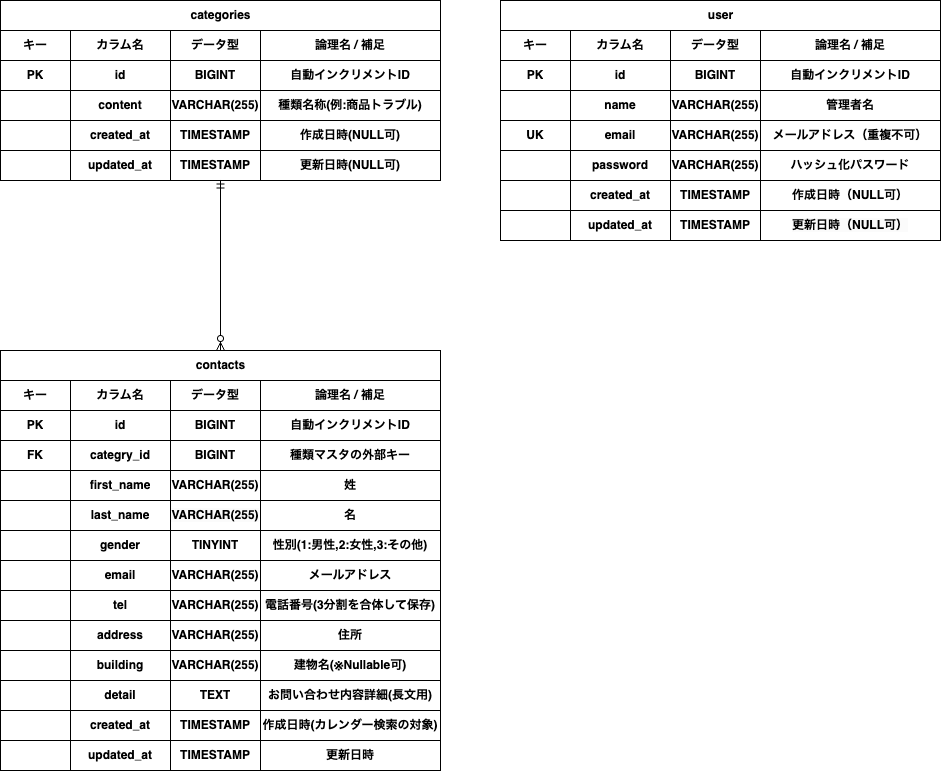
Before: inquiry.drawio.png, a diagram exported from draw.io (yosiyosi-n/-). Source tidied: cells renumbered, new cells last; positions are measured from the earlier drawing's top-left corner, leaving out a move shared by most shapes.
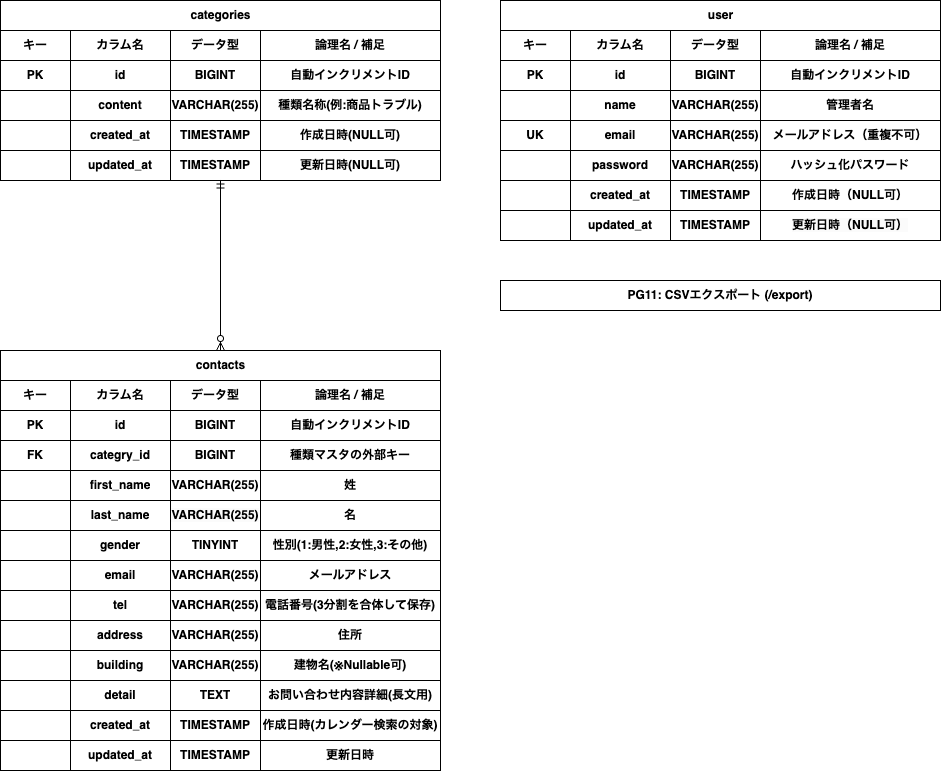
The same file after the commit.

Commit message:
CSVエクスポート対応に伴うREADMEへのER図埋め込みおよびアップデート完了

The edit, as a diff of the source:
```diff
@@ -389,5 +389,8 @@
     <mxCell id="130" style="fontSize=12;html=1;endArrow=ERzeroToMany;startArrow=ERmandOne;exitX=0.5;exitY=0.983;exitDx=0;exitDy=0;exitPerimeter=0;entryX=0.5;entryY=0;entryDx=0;entryDy=0;" parent="1" edge="1" source="59" target="64">
       <mxGeometry relative="1" as="geometry" />
     </mxCell>
+    <mxCell id="131" value="&lt;div&gt;&lt;font color=&quot;#000000&quot;&gt;&lt;b&gt;PG11: CSVエクスポート (/export)&lt;/b&gt;&lt;/font&gt;&lt;/div&gt;" style="whiteSpace=wrap;html=1;align=center;" parent="1" vertex="1">
+      <mxGeometry x="500" y="280" width="440" height="30" as="geometry" />
+    </mxCell>
   </root>
 </mxGraphModel>
```
